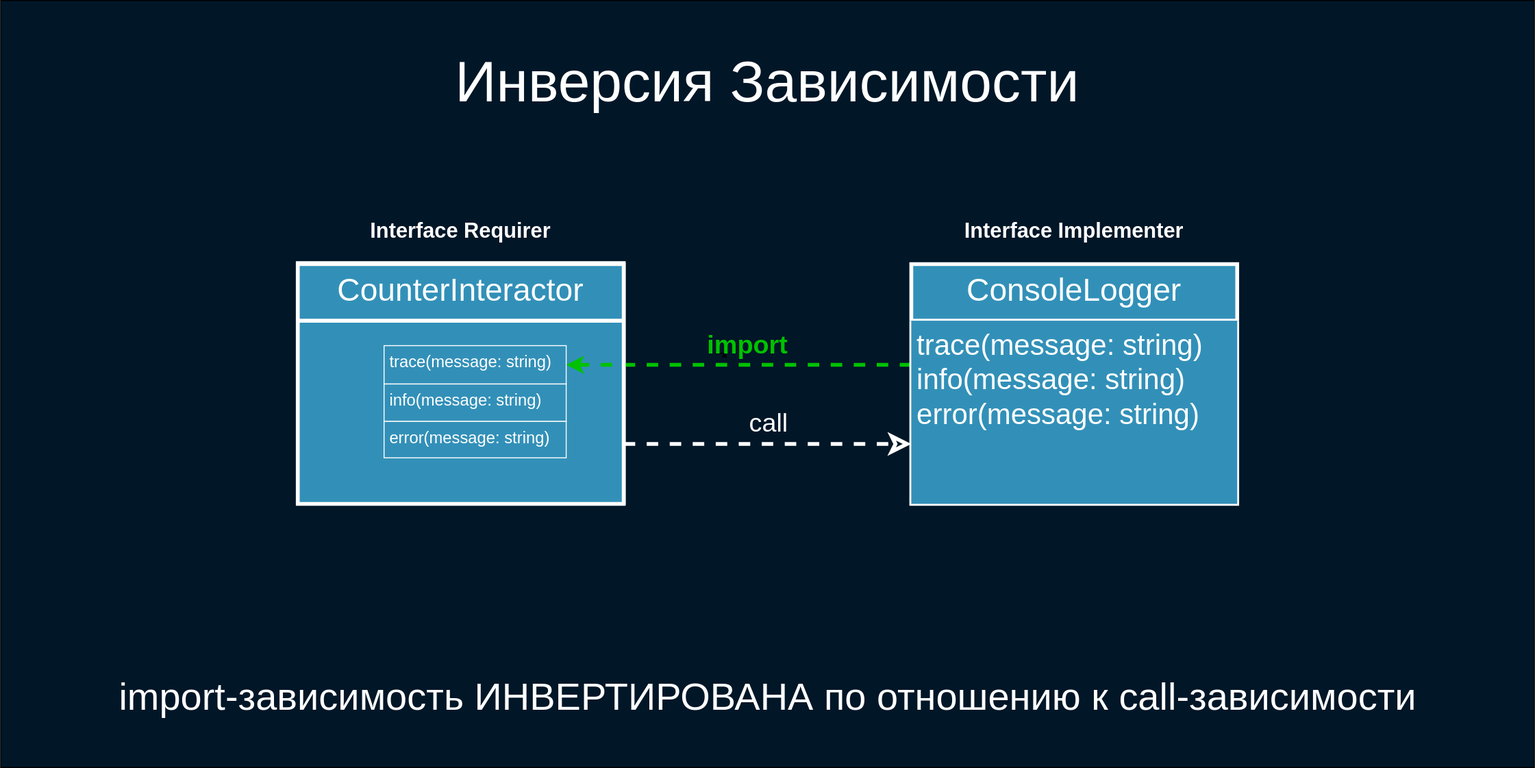
Above: deck/ru/diagrams/requiredInterface0.svg in softspiders/dip-in-ca-deck (draw.io), before the change. Source tidied: cells renumbered, new cells last; positions are measured from the earlier drawing's top-left corner, leaving out a move shared by most shapes.
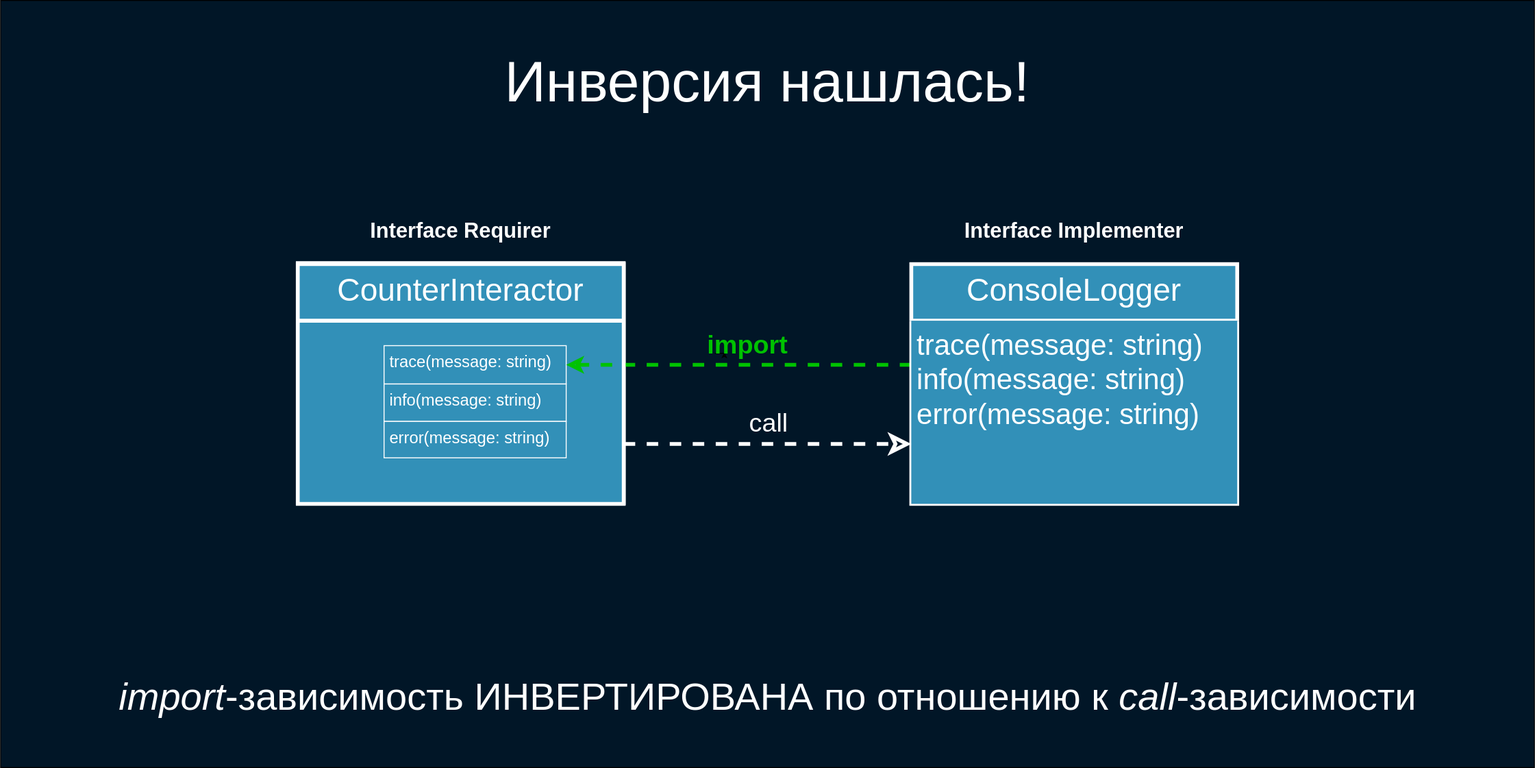
The same file after the commit.

What changed in the source:
```diff
@@ -23,7 +23,7 @@
     <mxCell id="8" value="error(message: string)" style="text;strokeColor=#FFFFFF;fillColor=#3290B8;align=left;verticalAlign=top;spacingLeft=4;spacingRight=4;overflow=hidden;fontColor=#FFFFFF;fontSize=17;labelBackgroundColor=none;" parent="3" vertex="1">
       <mxGeometry x="90" y="165" width="190" height="38" as="geometry" />
     </mxCell>
-    <mxCell id="9" value="Инверсия Зависимости" style="text;html=1;strokeColor=none;fillColor=none;align=center;verticalAlign=middle;whiteSpace=wrap;rounded=0;fontSize=60;fontColor=#FFFFFF;" parent="1" vertex="1">
+    <mxCell id="9" value="Инверсия нашлась!" style="text;html=1;strokeColor=none;fillColor=none;align=center;verticalAlign=middle;whiteSpace=wrap;rounded=0;fontSize=60;fontColor=#FFFFFF;" parent="1" vertex="1">
       <mxGeometry x="180.9" y="50" width="1238.1" height="70" as="geometry" />
     </mxCell>
     <mxCell id="10" style="edgeStyle=orthogonalEdgeStyle;rounded=0;orthogonalLoop=1;jettySize=auto;html=1;exitX=0.5;exitY=1;exitDx=0;exitDy=0;entryX=0.553;entryY=0.974;entryDx=0;entryDy=0;entryPerimeter=0;fontSize=33;fontColor=#FFFFFF;" parent="1" edge="1">
@@ -42,7 +42,7 @@
         <mxPoint x="950" y="380" as="targetPoint" />
       </mxGeometry>
     </mxCell>
-    <mxCell id="13" value="&lt;span&gt;import-зависимость ИНВЕРТИРОВАНА по отношению к call-зависимости&lt;/span&gt;" style="text;html=1;strokeColor=none;fillColor=none;align=center;verticalAlign=middle;whiteSpace=wrap;rounded=0;fontSize=40;fontColor=#FFFFFF;fontStyle=0;" parent="1" vertex="1">
+    <mxCell id="13" value="&lt;i&gt;import&lt;/i&gt;-зависимость ИНВЕРТИРОВАНА по отношению к &lt;i&gt;call&lt;/i&gt;-зависимости" style="text;html=1;strokeColor=none;fillColor=none;align=center;verticalAlign=middle;whiteSpace=wrap;rounded=0;fontSize=40;fontColor=#FFFFFF;fontStyle=0;" parent="1" vertex="1">
       <mxGeometry x="108.8" y="690" width="1382.5" height="70" as="geometry" />
     </mxCell>
     <mxCell id="14" value="Interface Requirer" style="text;align=center;fontStyle=1;verticalAlign=middle;spacingLeft=3;spacingRight=3;strokeColor=none;labelBackgroundColor=none;fillColor=none;fontSize=22;fontColor=#FFFFFF;strokeWidth=4;" parent="1" vertex="1">
```
